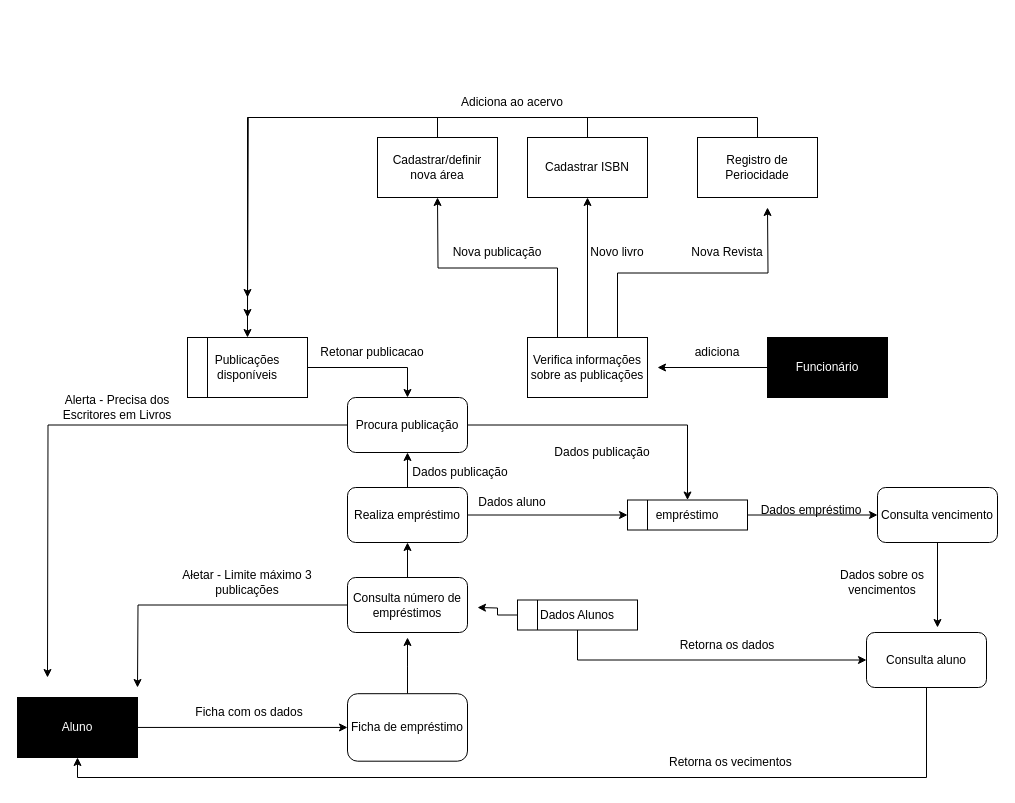
Above: Facul/PDS.drawio in HansRafael/projects (draw.io), before the change. Source tidied: cells renumbered, new cells numbered last; positions are measured from the earlier drawing's top-left corner, leaving out a move shared by most shapes. Both pictures are drawn from the tidied source at 100%, with x=0, y=0 at pixel (17, 87).
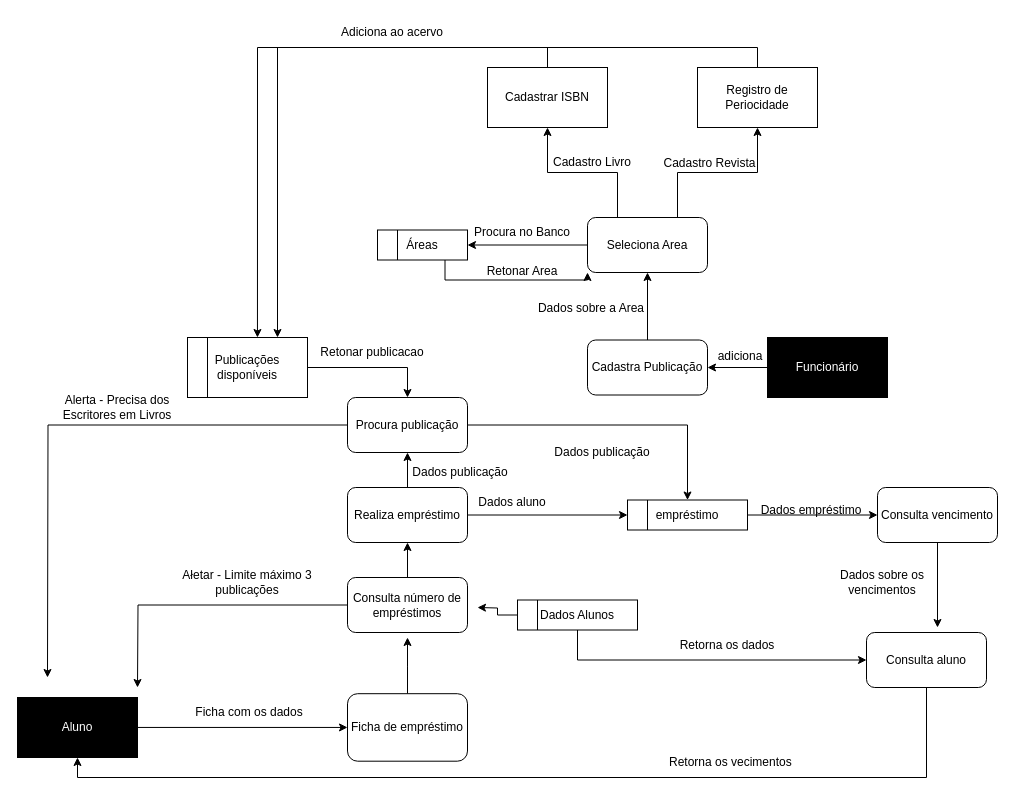
After the change.

Unchanged cells that the change refers to:
```xml
<mxCell id="9" value="Publicações disponíveis" style="rounded=0;whiteSpace=wrap;html=1;fontColor=#000000;fillColor=#FFFFFF;" parent="1" vertex="1">
  <mxGeometry x="170" y="250" width="120" height="60" as="geometry" />
</mxCell>
<mxCell id="11" value="Funcionário" style="rounded=0;whiteSpace=wrap;html=1;fillColor=#000000;fontColor=#FFFFFF;" parent="1" vertex="1">
  <mxGeometry x="750" y="250" width="120" height="60" as="geometry" />
</mxCell>
```

The edit, as a diff of the source:
```diff
@@
-    <mxCell id="10" style="edgeStyle=orthogonalEdgeStyle;rounded=0;jettySize=auto;html=1;" parent="1" edge="1" source="11">
-      <mxGeometry relative="1" as="geometry">
-        <mxPoint x="640" y="280" as="targetPoint" />
-      </mxGeometry>
+    <mxCell id="10" style="edgeStyle=orthogonalEdgeStyle;rounded=0;jettySize=auto;html=1;entryX=1;entryY=0.5;entryDx=0;entryDy=0;" parent="1" edge="1" source="11" target="60">
+      <mxGeometry relative="1" as="geometry" />
     </mxCell>
@@
-    <mxCell id="14" style="edgeStyle=orthogonalEdgeStyle;rounded=0;jettySize=auto;html=1;exitX=0.25;exitY=0;exitDx=0;exitDy=0;" parent="1" edge="1" source="17">
-      <mxGeometry relative="1" as="geometry">
-        <mxPoint x="420" y="110" as="targetPoint" />
-      </mxGeometry>
-    </mxCell>
-    <mxCell id="15" style="edgeStyle=orthogonalEdgeStyle;rounded=0;jettySize=auto;html=1;exitX=0.5;exitY=0;exitDx=0;exitDy=0;" parent="1" edge="1" source="17">
-      <mxGeometry relative="1" as="geometry">
-        <mxPoint x="570" y="110" as="targetPoint" />
-      </mxGeometry>
-    </mxCell>
-    <mxCell id="16" style="edgeStyle=orthogonalEdgeStyle;rounded=0;jettySize=auto;html=1;exitX=0.75;exitY=0;exitDx=0;exitDy=0;" parent="1" edge="1" source="17">
-      <mxGeometry relative="1" as="geometry">
-        <mxPoint x="750" y="120" as="targetPoint" />
-      </mxGeometry>
-    </mxCell>
-    <mxCell id="17" value="Verifica informações sobre as publicações" style="rounded=0;whiteSpace=wrap;html=1;fontColor=#000000;fillColor=#FFFFFF;" parent="1" vertex="1">
-      <mxGeometry x="510" y="250" width="120" height="60" as="geometry" />
-    </mxCell>
     <mxCell id="18" value="adiciona" style="text;html=1;strokeColor=none;fillColor=none;align=center;verticalAlign=middle;whiteSpace=wrap;rounded=0;" parent="1" vertex="1">
-      <mxGeometry x="670" y="250" width="60" height="30" as="geometry" />
+      <mxGeometry x="693" y="254" width="60" height="30" as="geometry" />
     </mxCell>
-    <mxCell id="19" style="edgeStyle=orthogonalEdgeStyle;rounded=0;jettySize=auto;html=1;exitX=0.5;exitY=0;exitDx=0;exitDy=0;entryX=0.5;entryY=0;entryDx=0;entryDy=0;" parent="1" edge="1" source="20" target="9">
-      <mxGeometry relative="1" as="geometry" />
-    </mxCell>
-    <mxCell id="20" value="Cadastrar/definir nova área" style="rounded=0;whiteSpace=wrap;html=1;fontColor=#000000;fillColor=#FFFFFF;" parent="1" vertex="1">
-      <mxGeometry x="360" y="50" width="120" height="60" as="geometry" />
-    </mxCell>
-    <mxCell id="21" value="Nova publicação" style="text;html=1;strokeColor=none;fillColor=none;align=center;verticalAlign=middle;whiteSpace=wrap;rounded=0;" parent="1" vertex="1">
-      <mxGeometry x="420" y="150" width="120" height="30" as="geometry" />
-    </mxCell>
-    <mxCell id="22" value="Novo livro" style="text;html=1;strokeColor=none;fillColor=none;align=center;verticalAlign=middle;whiteSpace=wrap;rounded=0;" parent="1" vertex="1">
-      <mxGeometry x="540" y="150" width="120" height="30" as="geometry" />
-    </mxCell>
-    <mxCell id="23" value="Nova Revista" style="text;html=1;strokeColor=none;fillColor=none;align=center;verticalAlign=middle;whiteSpace=wrap;rounded=0;" parent="1" vertex="1">
-      <mxGeometry x="660" y="150" width="100" height="30" as="geometry" />
-    </mxCell>
-    <mxCell id="24" style="edgeStyle=orthogonalEdgeStyle;rounded=0;jettySize=auto;html=1;exitX=0.5;exitY=0;exitDx=0;exitDy=0;" parent="1" edge="1" source="25">
-      <mxGeometry relative="1" as="geometry">
-        <mxPoint x="230" y="230" as="targetPoint" />
-      </mxGeometry>
-    </mxCell>
+    <mxCell id="57" style="edgeStyle=orthogonalEdgeStyle;rounded=0;jettySize=auto;html=1;exitX=0.5;exitY=0;exitDx=0;exitDy=0;entryX=0.583;entryY=0;entryDx=0;entryDy=0;entryPerimeter=0;" parent="1" edge="1" source="25" target="9">
+      <mxGeometry relative="1" as="geometry" />
+    </mxCell>
     <mxCell id="25" value="Cadastrar ISBN" style="rounded=0;whiteSpace=wrap;html=1;fontColor=#000000;fillColor=#FFFFFF;" parent="1" vertex="1">
-      <mxGeometry x="510" y="50" width="120" height="60" as="geometry" />
+      <mxGeometry x="470" y="-20" width="120" height="60" as="geometry" />
     </mxCell>
-    <mxCell id="26" style="edgeStyle=orthogonalEdgeStyle;rounded=0;jettySize=auto;html=1;exitX=0.5;exitY=0;exitDx=0;exitDy=0;" parent="1" edge="1" source="27">
-      <mxGeometry relative="1" as="geometry">
-        <mxPoint x="230" y="210" as="targetPoint" />
-      </mxGeometry>
-    </mxCell>
+    <mxCell id="58" style="edgeStyle=orthogonalEdgeStyle;rounded=0;jettySize=auto;html=1;exitX=0.5;exitY=0;exitDx=0;exitDy=0;entryX=0.75;entryY=0;entryDx=0;entryDy=0;" parent="1" edge="1" source="27" target="9">
+      <mxGeometry relative="1" as="geometry" />
+    </mxCell>
     <mxCell id="27" value="Registro de Periocidade" style="rounded=0;whiteSpace=wrap;html=1;fontColor=#000000;fillColor=#FFFFFF;" parent="1" vertex="1">
-      <mxGeometry x="680" y="50" width="120" height="60" as="geometry" />
+      <mxGeometry x="680" y="-20" width="120" height="60" as="geometry" />
     </mxCell>
     <mxCell id="28" value="Adiciona ao acervo" style="text;html=1;strokeColor=none;fillColor=none;align=center;verticalAlign=middle;whiteSpace=wrap;rounded=0;" parent="1" vertex="1">
-      <mxGeometry x="410" width="170" height="30" as="geometry" />
+      <mxGeometry x="290" y="-70" width="170" height="30" as="geometry" />
     </mxCell>
@@
+    <mxCell id="59" style="edgeStyle=orthogonalEdgeStyle;rounded=0;jettySize=auto;html=1;entryX=0.5;entryY=1;entryDx=0;entryDy=0;" parent="1" edge="1" source="60" target="64">
+      <mxGeometry relative="1" as="geometry" />
+    </mxCell>
+    <mxCell id="60" value="Cadastra Publicação" style="rounded=1;whiteSpace=wrap;html=1;" parent="1" vertex="1">
+      <mxGeometry x="570" y="252.5" width="120" height="55" as="geometry" />
+    </mxCell>
+    <mxCell id="61" style="edgeStyle=orthogonalEdgeStyle;rounded=0;jettySize=auto;html=1;exitX=0;exitY=0.5;exitDx=0;exitDy=0;entryX=1;entryY=0.5;entryDx=0;entryDy=0;" parent="1" edge="1" source="64" target="67">
+      <mxGeometry relative="1" as="geometry" />
+    </mxCell>
+    <mxCell id="62" style="edgeStyle=orthogonalEdgeStyle;rounded=0;jettySize=auto;html=1;exitX=0.25;exitY=0;exitDx=0;exitDy=0;entryX=0.5;entryY=1;entryDx=0;entryDy=0;" parent="1" edge="1" source="64" target="25">
+      <mxGeometry relative="1" as="geometry" />
+    </mxCell>
+    <mxCell id="63" style="edgeStyle=orthogonalEdgeStyle;rounded=0;jettySize=auto;html=1;exitX=0.75;exitY=0;exitDx=0;exitDy=0;entryX=0.5;entryY=1;entryDx=0;entryDy=0;" parent="1" edge="1" source="64" target="27">
+      <mxGeometry relative="1" as="geometry" />
+    </mxCell>
+    <mxCell id="64" value="Seleciona Area" style="rounded=1;whiteSpace=wrap;html=1;" parent="1" vertex="1">
+      <mxGeometry x="570" y="130" width="120" height="55" as="geometry" />
+    </mxCell>
+    <mxCell id="65" value="Dados sobre a Area" style="text;html=1;strokeColor=none;fillColor=none;align=center;verticalAlign=middle;whiteSpace=wrap;rounded=0;" parent="1" vertex="1">
+      <mxGeometry x="519" y="206" width="110" height="30" as="geometry" />
+    </mxCell>
+    <mxCell id="66" style="edgeStyle=orthogonalEdgeStyle;rounded=0;jettySize=auto;html=1;exitX=0.75;exitY=1;exitDx=0;exitDy=0;entryX=0;entryY=1;entryDx=0;entryDy=0;" parent="1" edge="1" source="67" target="64">
+      <mxGeometry relative="1" as="geometry" />
+    </mxCell>
+    <mxCell id="67" value="Áreas" style="rounded=0;whiteSpace=wrap;html=1;fontColor=#000000;fillColor=#FFFFFF;" parent="1" vertex="1">
+      <mxGeometry x="360" y="142.5" width="90" height="30" as="geometry" />
+    </mxCell>
+    <mxCell id="68" style="endArrow=none;html=1;rounded=0;" parent="1" edge="1">
+      <mxGeometry relative="1" as="geometry">
+        <mxPoint x="380" y="172.5" as="sourcePoint" />
+        <mxPoint x="380" y="142.5" as="targetPoint" />
+      </mxGeometry>
+    </mxCell>
+    <mxCell id="69" value="Procura no Banco" style="text;html=1;strokeColor=none;fillColor=none;align=center;verticalAlign=middle;whiteSpace=wrap;rounded=0;" parent="1" vertex="1">
+      <mxGeometry x="450" y="130" width="110" height="30" as="geometry" />
+    </mxCell>
+    <mxCell id="70" value="Retonar Area" style="text;html=1;strokeColor=none;fillColor=none;align=center;verticalAlign=middle;whiteSpace=wrap;rounded=0;" parent="1" vertex="1">
+      <mxGeometry x="450" y="169" width="110" height="30" as="geometry" />
+    </mxCell>
+    <mxCell id="71" value="Cadastro Livro" style="text;html=1;strokeColor=none;fillColor=none;align=center;verticalAlign=middle;whiteSpace=wrap;rounded=0;" parent="1" vertex="1">
+      <mxGeometry x="530" y="60" width="90" height="30" as="geometry" />
+    </mxCell>
+    <mxCell id="72" value="Cadastro Revista" style="text;html=1;strokeColor=none;fillColor=none;align=center;verticalAlign=middle;whiteSpace=wrap;rounded=0;" parent="1" vertex="1">
+      <mxGeometry x="642" y="61" width="101" height="30" as="geometry" />
+    </mxCell>
```
